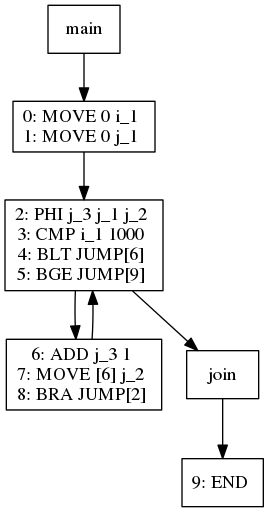
This is viz/test008.dot.png from jiahanwang/PL241-Compiler, a Graphviz export, as it was before one commit. Its source is kept beside it as viz/test008.dot.
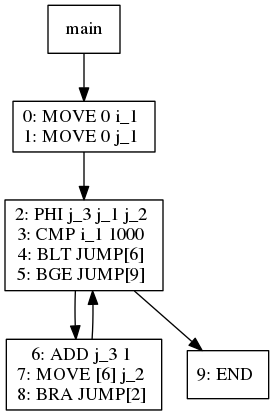
The same diagram one commit later.

What changed in the source:
```diff
@@ -17,9 +17,7 @@
 8: BRA JUMP[2]
 "]
 7 -> 5
-5 -> 6
-6[label="join"]
-6 -> 8
+5 -> 8
 8[label="9: END
 "]
 }
```
